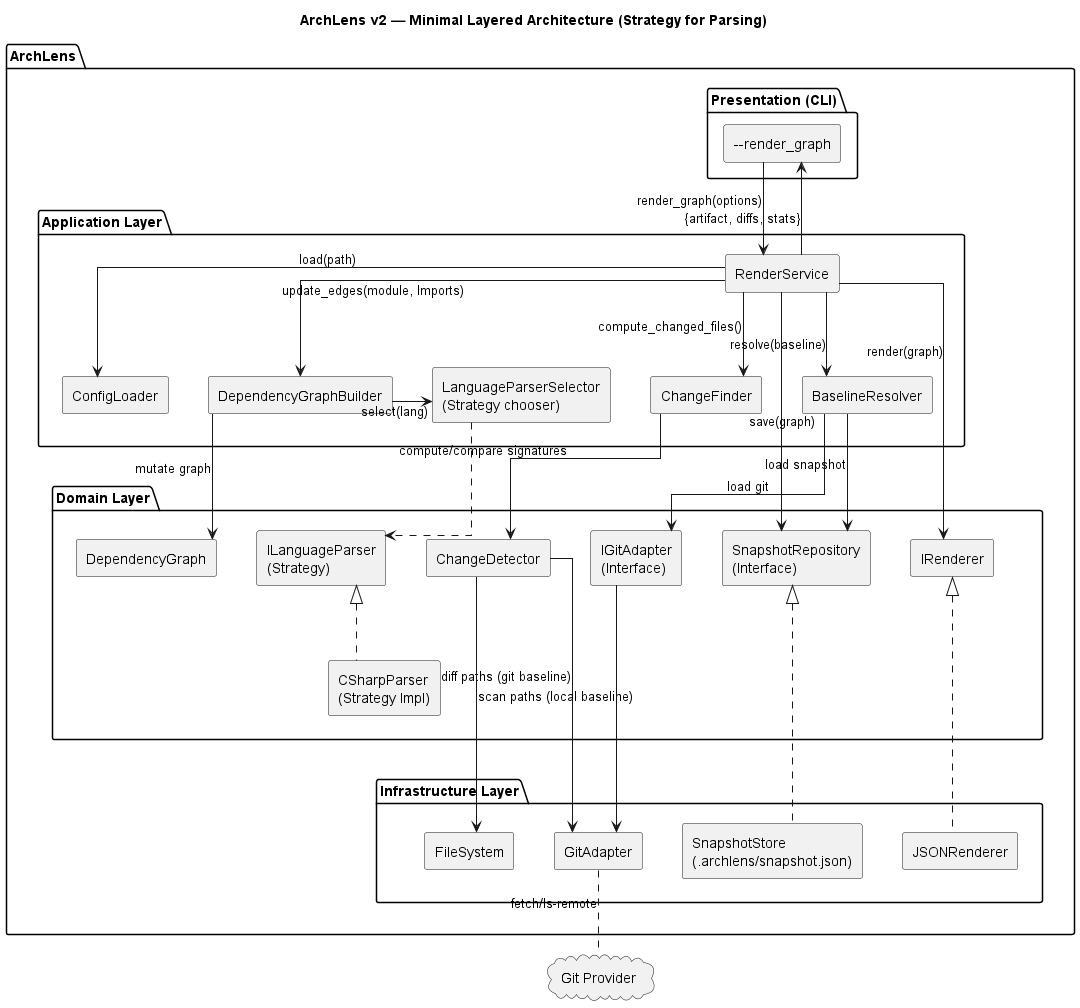
Before: docs/images/architecture/archlens_architecture.png, a diagram exported from PlantUML (archlens/ArchLens).
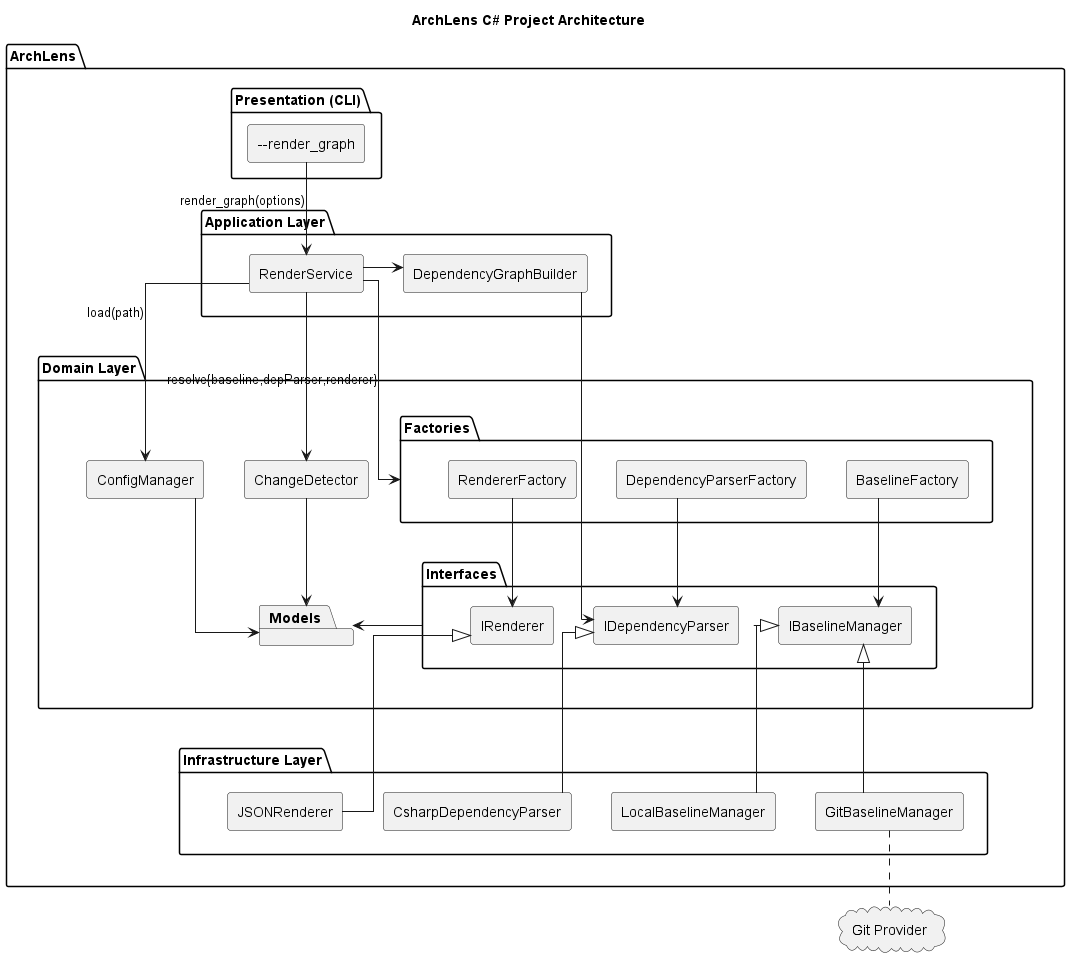
The same diagram one commit later.

What changed in the source:
```diff
@@ -1,8 +1,5 @@
 @startuml
-title ArchLens v2 — Minimal Layered Architecture (Strategy for Parsing)
-
-top to bottom direction
-
+title ArchLens C# Project Architecture
 skinparam linetype ortho
 skinparam componentStyle rectangle
 skinparam shadowing false
@@ -19,48 +16,36 @@
   }
 
   package "Application Layer" as Application {
-    [RenderService] as Orchestrator
-
-    [ChangeFinder] as Change
-
-    [LanguageParserSelector\n(Strategy chooser)] as ParserSel
+    [RenderService] as RenderService
     [DependencyGraphBuilder] as Builder
-
-    [ConfigLoader] as Config
-    [BaselineResolver] as Baseline
   }
 
-    Change -[hidden]l-> ParserSel
-    ParserSel -[hidden]l-> Builder
-    Builder -[hidden]l-> Config
-    Config -[hidden]l-> Baseline
+  package "Domain Layer" as Domain{
 
+    package "Factories" as Factories {
+      [BaselineFactory] as BaselineFact
+      [DependencyParserFactory] as DependencyParserFact
+      [RendererFactory] as RendererFact
+    }
 
-  package "Domain Layer" as Domain{
-    [DependencyGraph] as Graph
+    package "Interfaces" as Interfaces {
+      [IBaselineManager] as IBaselineManager
+      [IDependencyParser] as IDependencyParser
+      [IRenderer] as IRenderer
+    }
 
     [ChangeDetector] as ChangeDetector
+    [ConfigManager] as Config
 
-    [ILanguageParser\n(Strategy)] as IParser
-    [CSharpParser\n(Strategy Impl)] as CsParser
-
-    [IRenderer] as Rendere
-
-    [IGitAdapter\n(Interface)] as IGit
-    [SnapshotRepository\n(Interface)] as SnapRepo
+    package "Models" as Models {
+    }
   }
 
-  IGit -[hidden]l-> SnapRepo
-  SnapRepo -[hidden]r-> IGit
-
-
-
   package "Infrastructure Layer" as Infra{
-    [JSONRenderer] as JSONR
-
-    [FileSystem] as FS
-    [SnapshotStore\n(.archlens/snapshot.json)] as SnapStore
-    [GitAdapter] as Git
+    [CsharpDependencyParser] as CsharpDependencyParser
+    [GitBaselineManager] as GitBase
+    [JSONRenderer] as JSONRenderer
+    [LocalBaselineManager] as LocalBase
   }
 }
 
@@ -68,40 +53,32 @@
 Domain      -[hidden]down-> Infra
 Infra       -[hidden]up-> Domain
 
-Infra -[hidden]up-> CsParser
-Infra -[hidden]up-> CsParser
 
 cloud "Git Provider" as GitRemote
+GitRemote -[dashed]u- GitBase
 
-RenderAPI --> Orchestrator : render_graph(options)
+RenderAPI --> RenderService : render_graph(options)
 
-Orchestrator --> Config : load(path)
-Orchestrator --> Baseline : resolve(baseline)
+RenderService -r-> Builder
+RenderService --> Config : load(path)
+RenderService --> Factories : resolve{baseline,depParser,renderer}
 
-Baseline -l-> SnapRepo : load snapshot
-Baseline -l-> IGit : load git
+RenderService --> ChangeDetector
+Builder --> IDependencyParser
 
-Orchestrator --> Change : compute_changed_files()
-Change --> ChangeDetector : compute/compare signatures
-ChangeDetector --> Git : diff paths (git baseline)
-ChangeDetector --> FS : scan paths (local baseline)
+BaselineFact --> IBaselineManager
+DependencyParserFact --> IDependencyParser
+RendererFact --> IRenderer
 
-Builder -l-> ParserSel : select(lang)
-ParserSel ..> IParser
-IParser <|.. CsParser
+Interfaces -l-> Models
+ChangeDetector --> Models
+Config --> Models
 
-Orchestrator --> Builder : update_edges(module, Imports)
-Builder --> Graph : mutate graph
+IDependencyParser <|-- CsharpDependencyParser
 
-Orchestrator --> Rendere : render(graph)
-Rendere <|.d. JSONR
+IRenderer <|-- JSONRenderer
 
-Orchestrator --> SnapRepo : save(graph)
-IGit -l-> Git
-
-Orchestrator --> RenderAPI : {artifact, diffs, stats}
-
-SnapRepo <|.. SnapStore
-GitRemote -[dashed]u- Git : fetch/ls-remote
+IBaselineManager <|-- GitBase
+IBaselineManager <|-- LocalBase
 
 @enduml
```
